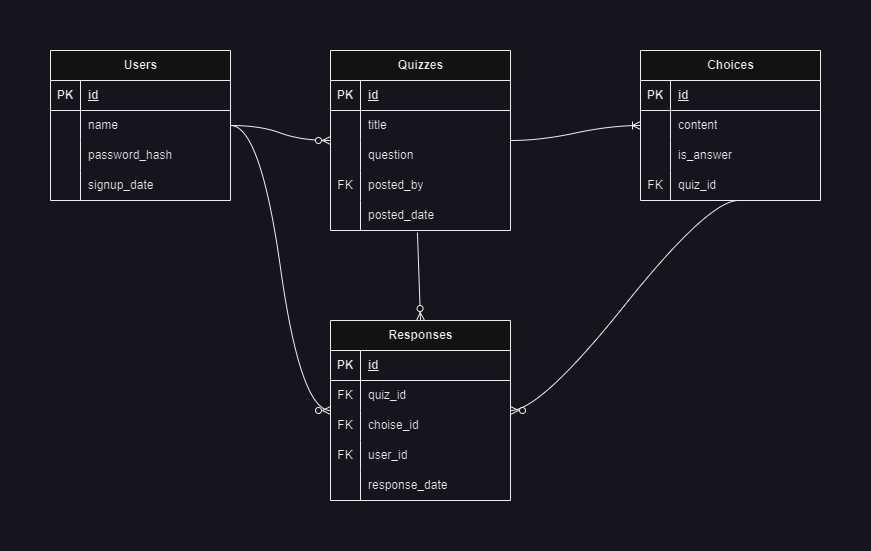
Earlier version of the draw.io export docs/ER.png (ulxsth/2308-hackathon). Source tidied: cells renumbered, new cells last; positions are measured from the earlier drawing's top-left corner, leaving out a move shared by most shapes.
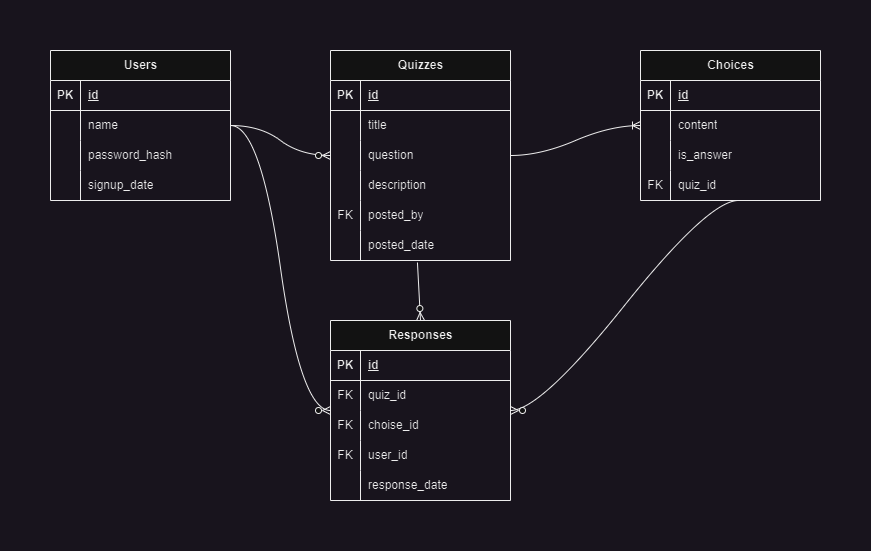
After the commit.

Change to the diagram source:
```diff
@@ -42,7 +42,7 @@
       <mxGeometry x="30" width="150" height="30" as="geometry" />
     </mxCell>
     <mxCell id="15" value="Quizzes" style="shape=table;startSize=30;rowLines=0;fontStyle=1;align=center;html=1;" parent="1" vertex="1">
-      <mxGeometry x="280" width="180" height="180" as="geometry" />
+      <mxGeometry x="280" width="180" height="210" as="geometry" />
     </mxCell>
     <mxCell id="16" style="shape=tableRow;horizontal=0;startSize=0;swimlaneHead=0;swimlaneBody=0;fillColor=none;top=0;left=0;right=0;bottom=1;" parent="15" vertex="1">
       <mxGeometry y="30" width="180" height="30" as="geometry" />
@@ -71,8 +71,17 @@
     <mxCell id="24" value="question" style="shape=partialRectangle;fillColor=none;top=0;left=0;bottom=0;right=0;align=left;spacingLeft=6;overflow=hidden;whiteSpace=wrap;html=1;" parent="22" vertex="1">
       <mxGeometry x="30" width="150" height="30" as="geometry" />
     </mxCell>
+    <mxCell id="65" style="shape=tableRow;horizontal=0;startSize=0;swimlaneHead=0;swimlaneBody=0;fillColor=none;top=0;left=0;right=0;bottom=0;" parent="15" vertex="1">
+      <mxGeometry y="120" width="180" height="30" as="geometry" />
+    </mxCell>
+    <mxCell id="66" style="shape=partialRectangle;fillColor=none;top=0;left=0;bottom=0;right=0;overflow=hidden;whiteSpace=wrap;html=1;" parent="65" vertex="1">
+      <mxGeometry width="30" height="30" as="geometry" />
+    </mxCell>
+    <mxCell id="67" value="description" style="shape=partialRectangle;fillColor=none;top=0;left=0;bottom=0;right=0;align=left;spacingLeft=6;overflow=hidden;whiteSpace=wrap;html=1;" parent="65" vertex="1">
+      <mxGeometry x="30" width="150" height="30" as="geometry" />
+    </mxCell>
     <mxCell id="25" style="shape=tableRow;horizontal=0;startSize=0;swimlaneHead=0;swimlaneBody=0;fillColor=none;top=0;left=0;right=0;bottom=0;" parent="15" vertex="1">
-      <mxGeometry y="120" width="180" height="30" as="geometry" />
+      <mxGeometry y="150" width="180" height="30" as="geometry" />
     </mxCell>
     <mxCell id="26" value="FK" style="shape=partialRectangle;fillColor=none;top=0;left=0;bottom=0;right=0;overflow=hidden;whiteSpace=wrap;html=1;" parent="25" vertex="1">
       <mxGeometry width="30" height="30" as="geometry" />
@@ -81,7 +90,7 @@
       <mxGeometry x="30" width="150" height="30" as="geometry" />
     </mxCell>
     <mxCell id="28" style="shape=tableRow;horizontal=0;startSize=0;swimlaneHead=0;swimlaneBody=0;fillColor=none;points=[[0,0.5],[1,0.5]];portConstraint=eastwest;top=0;left=0;right=0;bottom=0;" parent="15" vertex="1">
-      <mxGeometry y="150" width="180" height="30" as="geometry" />
+      <mxGeometry y="180" width="180" height="30" as="geometry" />
     </mxCell>
     <mxCell id="29" style="shape=partialRectangle;fillColor=none;top=0;left=0;bottom=0;right=0;overflow=hidden;whiteSpace=wrap;html=1;" parent="28" vertex="1">
       <mxGeometry width="30" height="30" as="geometry" />
```
